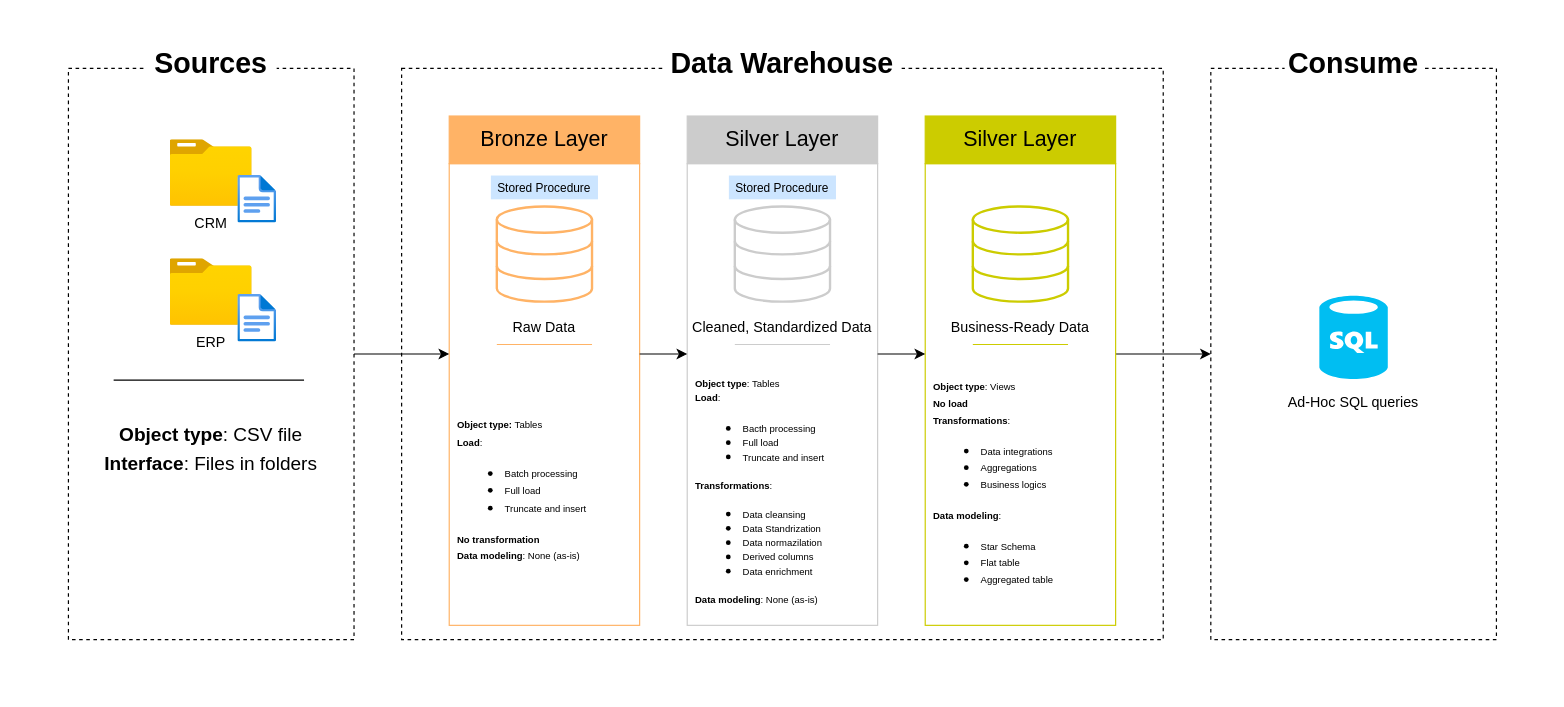
Above: docs/dwh_architecture.drawio in MatheusVenturaNellessen/dwh-bootcamp (draw.io), before the change. Source tidied: cells renumbered, new cells numbered last; positions are measured from the earlier drawing's top-left corner, leaving out a move shared by most shapes. Both pictures are drawn from the tidied source at 119%, with x=0, y=0 at pixel (20, 20).
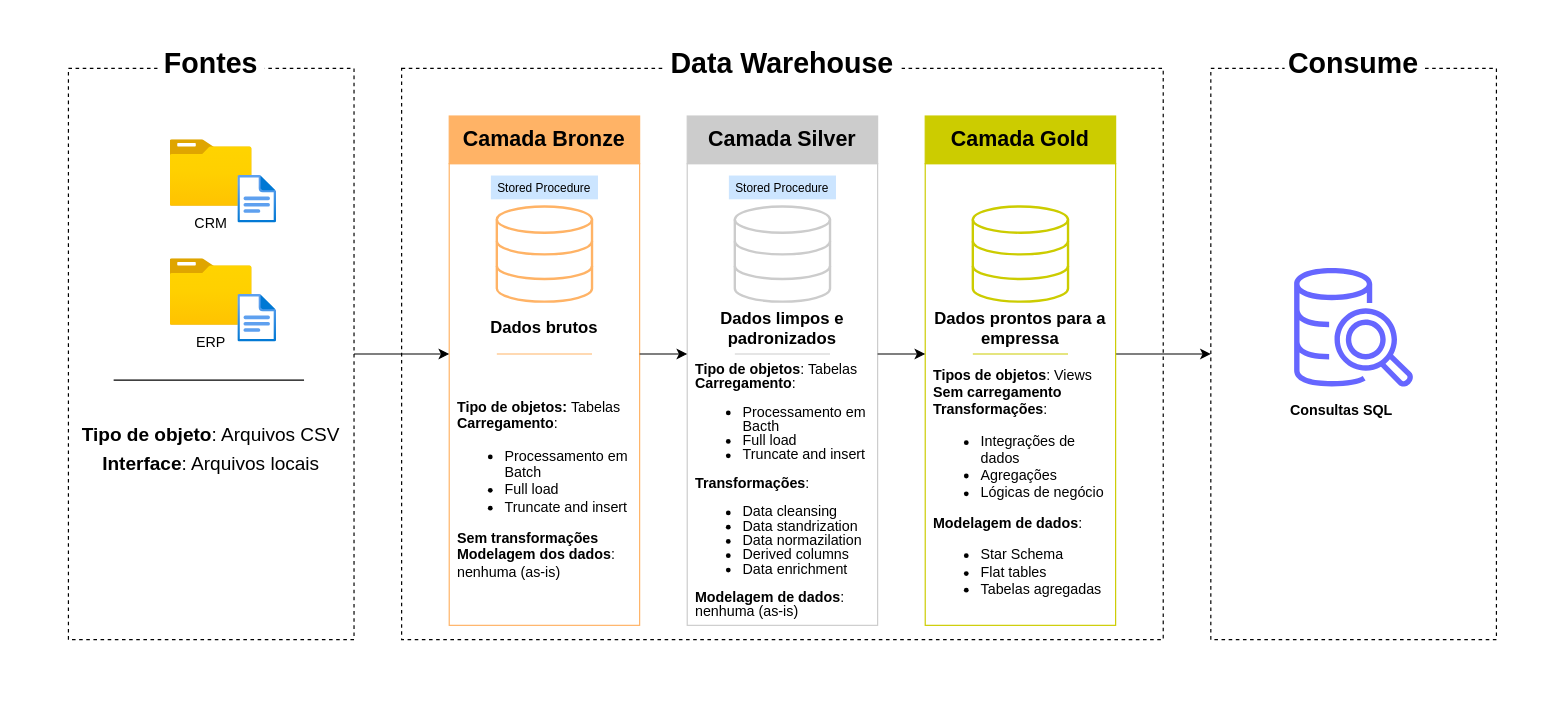
The same diagram, later.

Commit message (it also covers changes not shown here):
docs: update dwh architecture and integration model diagrams

The edit, as a diff of the source:
```diff
@@
+    <mxCell id="13" style="rounded=0;whiteSpace=wrap;html=1;fillColor=none;dashed=1;" parent="1" vertex="1">
+      <mxGeometry x="40" y="40" width="240" height="480" as="geometry" />
+    </mxCell>
@@
-    <mxCell id="8" value="&lt;div style=&quot;line-height: 150%;&quot;&gt;&lt;font style=&quot;font-size: 16px; line-height: 150%;&quot;&gt;&lt;b&gt;Object type&lt;/b&gt;: CSV file&lt;/font&gt;&lt;div&gt;&lt;font style=&quot;font-size: 16px; line-height: 150%;&quot;&gt;&lt;b&gt;Interface&lt;/b&gt;: Files in folders&lt;/font&gt;&lt;/div&gt;&lt;/div&gt;" style="text;html=1;whiteSpace=wrap;strokeColor=none;fillColor=none;align=center;verticalAlign=middle;rounded=0;" parent="1" vertex="1">
+    <mxCell id="8" value="&lt;div style=&quot;line-height: 150%;&quot;&gt;&lt;font style=&quot;font-size: 16px; line-height: 150%;&quot;&gt;&lt;b&gt;Tipo de objeto&lt;/b&gt;: Arquivos CSV&lt;/font&gt;&lt;div&gt;&lt;font style=&quot;font-size: 16px; line-height: 150%;&quot;&gt;&lt;b&gt;Interface&lt;/b&gt;: Arquivos locais&lt;/font&gt;&lt;/div&gt;&lt;/div&gt;" style="text;html=1;whiteSpace=wrap;strokeColor=none;fillColor=none;align=center;verticalAlign=middle;rounded=0;" parent="1" vertex="1">
       <mxGeometry x="40" y="320" width="240" height="80" as="geometry" />
     </mxCell>
-    <mxCell id="9" value="&lt;div style=&quot;line-height: 100%;&quot;&gt;&lt;font style=&quot;font-size: 8px;&quot;&gt;&lt;b style=&quot;&quot;&gt;Object t&lt;/b&gt;&lt;b style=&quot;background-color: transparent; color: light-dark(rgb(0, 0, 0), rgb(255, 255, 255));&quot;&gt;ype&lt;/b&gt;&lt;span style=&quot;background-color: transparent; color: light-dark(rgb(0, 0, 0), rgb(255, 255, 255));&quot;&gt;: Views&lt;/span&gt;&lt;/font&gt;&lt;div&gt;&lt;div&gt;&lt;span style=&quot;font-size: 8px; background-color: transparent; color: light-dark(rgb(0, 0, 0), rgb(255, 255, 255));&quot;&gt;&lt;b&gt;No load&lt;/b&gt;&lt;/span&gt;&lt;/div&gt;&lt;div&gt;&lt;b style=&quot;font-size: 8px; background-color: transparent; color: light-dark(rgb(0, 0, 0), rgb(255, 255, 255));&quot;&gt;Transformations&lt;/b&gt;&lt;span style=&quot;font-size: 8px; background-color: transparent; color: light-dark(rgb(0, 0, 0), rgb(255, 255, 255));&quot;&gt;:&lt;/span&gt;&lt;/div&gt;&lt;div&gt;&lt;ul&gt;&lt;li&gt;&lt;font style=&quot;font-size: 8px;&quot;&gt;Data integrations&lt;/font&gt;&lt;/li&gt;&lt;li&gt;&lt;font style=&quot;font-size: 8px;&quot;&gt;Aggregations&lt;/font&gt;&lt;/li&gt;&lt;li&gt;&lt;font style=&quot;font-size: 8px;&quot;&gt;Business logics&lt;/font&gt;&lt;/li&gt;&lt;/ul&gt;&lt;font style=&quot;font-size: 8px;&quot;&gt;&lt;b&gt;Data modeling&lt;/b&gt;:&lt;/font&gt;&lt;/div&gt;&lt;/div&gt;&lt;div&gt;&lt;ul&gt;&lt;li&gt;&lt;font style=&quot;font-size: 8px;&quot;&gt;Star Schema&lt;/font&gt;&lt;/li&gt;&lt;li&gt;&lt;font style=&quot;font-size: 8px;&quot;&gt;Flat table&lt;/font&gt;&lt;/li&gt;&lt;li&gt;&lt;font style=&quot;font-size: 8px;&quot;&gt;Aggregated table&lt;/font&gt;&lt;/li&gt;&lt;/ul&gt;&lt;/div&gt;&lt;/div&gt;" style="text;html=1;whiteSpace=wrap;strokeColor=none;fillColor=none;align=left;verticalAlign=middle;rounded=0;spacingLeft=5;" parent="1" vertex="1">
+    <mxCell id="9" value="&lt;font&gt;&lt;span style=&quot;background-color: transparent; color: light-dark(rgb(0, 0, 0), rgb(255, 255, 255));&quot;&gt;&lt;b&gt;Tipos de objetos&lt;/b&gt;: Views&lt;/span&gt;&lt;/font&gt;&lt;div&gt;&lt;div&gt;&lt;span style=&quot;background-color: transparent; color: light-dark(rgb(0, 0, 0), rgb(255, 255, 255));&quot;&gt;&lt;b&gt;&lt;font&gt;Sem carregamento&lt;/font&gt;&lt;/b&gt;&lt;/span&gt;&lt;/div&gt;&lt;div&gt;&lt;font&gt;&lt;b style=&quot;background-color: transparent; color: light-dark(rgb(0, 0, 0), rgb(255, 255, 255));&quot;&gt;Transformações&lt;/b&gt;&lt;span style=&quot;background-color: transparent; color: light-dark(rgb(0, 0, 0), rgb(255, 255, 255));&quot;&gt;:&lt;/span&gt;&lt;/font&gt;&lt;/div&gt;&lt;div&gt;&lt;ul&gt;&lt;li&gt;Integrações de dados&lt;/li&gt;&lt;li&gt;Agregações&lt;/li&gt;&lt;li&gt;Lógicas de negócio&lt;/li&gt;&lt;/ul&gt;&lt;font&gt;&lt;b&gt;Modelagem de dados&lt;/b&gt;:&lt;/font&gt;&lt;/div&gt;&lt;/div&gt;&lt;div&gt;&lt;ul&gt;&lt;li&gt;&lt;font&gt;Star Schema&lt;/font&gt;&lt;/li&gt;&lt;li&gt;&lt;font&gt;Flat tables&lt;/font&gt;&lt;/li&gt;&lt;li&gt;&lt;font&gt;Tabelas agregadas&lt;/font&gt;&lt;/li&gt;&lt;/ul&gt;&lt;/div&gt;" style="text;html=1;whiteSpace=wrap;strokeColor=none;fillColor=none;align=left;verticalAlign=middle;rounded=0;spacingLeft=5;" parent="1" vertex="1">
       <mxGeometry x="760" y="280" width="160" height="228" as="geometry" />
     </mxCell>
-    <mxCell id="10" value="&lt;div style=&quot;line-height: 100%;&quot;&gt;&lt;font style=&quot;line-height: 100%; font-size: 8px;&quot;&gt;&lt;b style=&quot;&quot;&gt;Object type&lt;/b&gt;: Tables&lt;/font&gt;&lt;div&gt;&lt;font style=&quot;font-size: 8px;&quot;&gt;&lt;b style=&quot;background-color: transparent; color: light-dark(rgb(0, 0, 0), rgb(255, 255, 255)); line-height: 100%;&quot;&gt;Load&lt;/b&gt;&lt;span style=&quot;background-color: transparent; color: light-dark(rgb(0, 0, 0), rgb(255, 255, 255)); line-height: 100%;&quot;&gt;:&lt;/span&gt;&lt;/font&gt;&lt;/div&gt;&lt;div&gt;&lt;ul&gt;&lt;li&gt;&lt;font style=&quot;line-height: 100%; font-size: 8px;&quot;&gt;Bacth processing&lt;/font&gt;&lt;/li&gt;&lt;li&gt;&lt;font style=&quot;line-height: 100%; font-size: 8px;&quot;&gt;Full load&lt;/font&gt;&lt;/li&gt;&lt;li&gt;&lt;font style=&quot;line-height: 100%; font-size: 8px;&quot;&gt;Truncate and insert&lt;/font&gt;&lt;/li&gt;&lt;/ul&gt;&lt;font style=&quot;line-height: 100%; font-size: 8px;&quot;&gt;&lt;b&gt;Transformations&lt;/b&gt;:&lt;/font&gt;&lt;/div&gt;&lt;div&gt;&lt;ul&gt;&lt;li&gt;&lt;font style=&quot;line-height: 100%; font-size: 8px;&quot;&gt;Data cleansing&lt;/font&gt;&lt;/li&gt;&lt;li&gt;&lt;font style=&quot;line-height: 100%; font-size: 8px;&quot;&gt;Data Standrization&lt;/font&gt;&lt;/li&gt;&lt;li&gt;&lt;font style=&quot;line-height: 100%; font-size: 8px;&quot;&gt;Data normazilation&lt;/font&gt;&lt;/li&gt;&lt;li&gt;&lt;font style=&quot;line-height: 100%; font-size: 8px;&quot;&gt;Derived columns&lt;/font&gt;&lt;/li&gt;&lt;li&gt;&lt;font style=&quot;line-height: 100%; font-size: 8px;&quot;&gt;Data enrichment&lt;/font&gt;&lt;/li&gt;&lt;/ul&gt;&lt;font style=&quot;line-height: 100%; font-size: 8px;&quot;&gt;&lt;b style=&quot;&quot;&gt;Data modeling&lt;/b&gt;: None (as-is)&lt;/font&gt;&lt;/div&gt;&lt;/div&gt;" style="text;html=1;whiteSpace=wrap;strokeColor=none;fillColor=none;align=left;verticalAlign=middle;rounded=0;spacingLeft=5;" parent="1" vertex="1">
+    <mxCell id="10" value="&lt;div style=&quot;line-height: 100%;&quot;&gt;&lt;font style=&quot;line-height: 100%;&quot;&gt;&lt;b style=&quot;&quot;&gt;Tipo de objetos&lt;/b&gt;: Tabelas&lt;/font&gt;&lt;div&gt;&lt;font&gt;&lt;b style=&quot;background-color: transparent; color: light-dark(rgb(0, 0, 0), rgb(255, 255, 255)); line-height: 100%;&quot;&gt;Carregamento&lt;/b&gt;&lt;span style=&quot;background-color: transparent; color: light-dark(rgb(0, 0, 0), rgb(255, 255, 255)); line-height: 100%;&quot;&gt;:&lt;/span&gt;&lt;/font&gt;&lt;/div&gt;&lt;div&gt;&lt;ul&gt;&lt;li&gt;&lt;font style=&quot;line-height: 100%;&quot;&gt;Processamento em Bacth&lt;/font&gt;&lt;/li&gt;&lt;li&gt;&lt;font style=&quot;line-height: 100%;&quot;&gt;Full load&lt;/font&gt;&lt;/li&gt;&lt;li&gt;&lt;font style=&quot;line-height: 100%;&quot;&gt;Truncate and insert&lt;/font&gt;&lt;/li&gt;&lt;/ul&gt;&lt;font style=&quot;line-height: 100%;&quot;&gt;&lt;b&gt;Transformações&lt;/b&gt;:&lt;/font&gt;&lt;/div&gt;&lt;div&gt;&lt;ul&gt;&lt;li&gt;&lt;font style=&quot;line-height: 100%;&quot;&gt;Data cleansing&lt;/font&gt;&lt;/li&gt;&lt;li&gt;&lt;font style=&quot;line-height: 100%;&quot;&gt;Data standrization&lt;/font&gt;&lt;/li&gt;&lt;li&gt;&lt;font style=&quot;line-height: 100%;&quot;&gt;Data normazilation&lt;/font&gt;&lt;/li&gt;&lt;li&gt;&lt;font style=&quot;line-height: 100%;&quot;&gt;Derived columns&lt;/font&gt;&lt;/li&gt;&lt;li&gt;&lt;font style=&quot;line-height: 100%;&quot;&gt;Data enrichment&lt;/font&gt;&lt;/li&gt;&lt;/ul&gt;&lt;font style=&quot;line-height: 100%;&quot;&gt;&lt;b style=&quot;&quot;&gt;Modelagem de dados&lt;/b&gt;: nenhuma (as-is)&lt;/font&gt;&lt;/div&gt;&lt;/div&gt;" style="text;html=1;whiteSpace=wrap;strokeColor=none;fillColor=none;align=left;verticalAlign=middle;rounded=0;spacingLeft=5;" parent="1" vertex="1">
       <mxGeometry x="560" y="280" width="160" height="228" as="geometry" />
     </mxCell>
-    <mxCell id="11" value="&lt;font style=&quot;font-size: 8px;&quot;&gt;&lt;b style=&quot;&quot;&gt;Object type: &lt;/b&gt;Tables&lt;/font&gt;&lt;div&gt;&lt;div&gt;&lt;font style=&quot;font-size: 8px;&quot;&gt;&lt;b&gt;Load&lt;/b&gt;:&lt;/font&gt;&lt;/div&gt;&lt;div&gt;&lt;ul&gt;&lt;li&gt;&lt;font style=&quot;font-size: 8px;&quot;&gt;Batch processing&lt;/font&gt;&lt;/li&gt;&lt;li&gt;&lt;font style=&quot;font-size: 8px;&quot;&gt;Full load&lt;/font&gt;&lt;/li&gt;&lt;li&gt;&lt;font style=&quot;font-size: 8px;&quot;&gt;Truncate and insert&lt;/font&gt;&lt;/li&gt;&lt;/ul&gt;&lt;font style=&quot;font-size: 8px;&quot;&gt;&lt;b&gt;No transformation&lt;/b&gt;&lt;/font&gt;&lt;/div&gt;&lt;div&gt;&lt;b style=&quot;font-size: 8px; background-color: transparent; color: light-dark(rgb(0, 0, 0), rgb(255, 255, 255));&quot;&gt;Data modeling&lt;/b&gt;&lt;span style=&quot;font-size: 8px; background-color: transparent; color: light-dark(rgb(0, 0, 0), rgb(255, 255, 255));&quot;&gt;: None (as-is)&lt;/span&gt;&lt;/div&gt;&lt;/div&gt;" style="text;html=1;whiteSpace=wrap;strokeColor=none;fillColor=none;align=left;verticalAlign=middle;rounded=0;spacingLeft=5;" parent="1" vertex="1">
+    <mxCell id="11" value="&lt;font&gt;&lt;b style=&quot;&quot;&gt;Tipo de objetos: &lt;/b&gt;Tabelas&lt;/font&gt;&lt;div&gt;&lt;span style=&quot;background-color: transparent; color: light-dark(rgb(0, 0, 0), rgb(255, 255, 255));&quot;&gt;&lt;font&gt;&lt;b&gt;Carregamento&lt;/b&gt;:&lt;/font&gt;&lt;/span&gt;&lt;/div&gt;&lt;ul&gt;&lt;li&gt;&lt;span style=&quot;background-color: transparent; color: light-dark(rgb(0, 0, 0), rgb(255, 255, 255));&quot;&gt;&lt;font&gt;Processamento em Batch&lt;/font&gt;&lt;/span&gt;&lt;/li&gt;&lt;li&gt;&lt;span style=&quot;background-color: transparent; color: light-dark(rgb(0, 0, 0), rgb(255, 255, 255));&quot;&gt;&lt;font&gt;Full load&lt;/font&gt;&lt;/span&gt;&lt;/li&gt;&lt;li&gt;&lt;span style=&quot;background-color: transparent; color: light-dark(rgb(0, 0, 0), rgb(255, 255, 255));&quot;&gt;&lt;font&gt;Truncate and insert&lt;/font&gt;&lt;/span&gt;&lt;/li&gt;&lt;/ul&gt;&lt;div&gt;&lt;div&gt;&lt;div&gt;&lt;font&gt;&lt;b&gt;Sem transformações&lt;/b&gt;&lt;/font&gt;&lt;/div&gt;&lt;div&gt;&lt;font&gt;&lt;b style=&quot;background-color: transparent; color: light-dark(rgb(0, 0, 0), rgb(255, 255, 255));&quot;&gt;Modelagem dos dados&lt;/b&gt;&lt;span style=&quot;background-color: transparent; color: light-dark(rgb(0, 0, 0), rgb(255, 255, 255));&quot;&gt;: nenhuma (as-is)&lt;/span&gt;&lt;/font&gt;&lt;/div&gt;&lt;/div&gt;&lt;/div&gt;" style="text;html=1;whiteSpace=wrap;strokeColor=none;fillColor=none;align=left;verticalAlign=middle;rounded=0;spacingLeft=5;" parent="1" vertex="1">
       <mxGeometry x="360" y="280" width="160" height="228" as="geometry" />
     </mxCell>
@@
-    <mxCell id="13" style="rounded=0;whiteSpace=wrap;html=1;fillColor=none;dashed=1;" parent="1" vertex="1">
-      <mxGeometry x="40" y="40" width="240" height="480" as="geometry" />
-    </mxCell>
-    <mxCell id="14" value="&lt;font style=&quot;font-size: 24px;&quot;&gt;&lt;b&gt;Sources&lt;/b&gt;&lt;/font&gt;" style="text;html=1;whiteSpace=wrap;strokeColor=none;fillColor=default;align=center;verticalAlign=middle;rounded=0;" parent="1" vertex="1">
-      <mxGeometry x="105" y="21" width="110" height="30" as="geometry" />
+    <mxCell id="14" value="&lt;font style=&quot;font-size: 24px;&quot;&gt;&lt;b&gt;Fontes&lt;/b&gt;&lt;/font&gt;" style="text;html=1;whiteSpace=wrap;strokeColor=none;fillColor=default;align=center;verticalAlign=middle;rounded=0;" parent="1" vertex="1">
+      <mxGeometry x="115" y="21" width="90" height="30" as="geometry" />
     </mxCell>
@@
-    <mxCell id="23" value="&lt;font style=&quot;font-size: 18px;&quot;&gt;Bronze Layer&lt;/font&gt;" style="text;html=1;whiteSpace=wrap;strokeColor=#FFB366;fillColor=#FFB366;align=center;verticalAlign=middle;rounded=0;gradientColor=none;" parent="1" vertex="1">
+    <mxCell id="23" value="&lt;font style=&quot;font-size: 18px;&quot;&gt;&lt;b&gt;Camada Bronze&lt;/b&gt;&lt;/font&gt;" style="text;html=1;whiteSpace=wrap;strokeColor=#FFB366;fillColor=#FFB366;align=center;verticalAlign=middle;rounded=0;gradientColor=none;" parent="1" vertex="1">
       <mxGeometry x="360" y="80" width="160" height="40" as="geometry" />
     </mxCell>
@@
     <mxCell id="26" style="endArrow=none;html=1;rounded=0;strokeColor=#FFB366;" parent="1" edge="1">
       <mxGeometry relative="1" as="geometry">
-        <mxPoint x="400" y="272" as="sourcePoint" />
-        <mxPoint x="480" y="272" as="targetPoint" />
+        <mxPoint x="400" y="280" as="sourcePoint" />
+        <mxPoint x="480" y="280" as="targetPoint" />
       </mxGeometry>
     </mxCell>
-    <mxCell id="27" value="Raw Data" style="text;html=1;whiteSpace=wrap;strokeColor=none;fillColor=none;align=center;verticalAlign=middle;rounded=0;" parent="1" vertex="1">
+    <mxCell id="27" value="&lt;b&gt;&lt;font style=&quot;font-size: 14px;&quot;&gt;Dados brutos&lt;/font&gt;&lt;/b&gt;" style="text;html=1;whiteSpace=wrap;strokeColor=none;fillColor=none;align=center;verticalAlign=middle;rounded=0;" parent="1" vertex="1">
       <mxGeometry x="360" y="250" width="160" height="15" as="geometry" />
     </mxCell>
-    <mxCell id="28" value="&lt;font style=&quot;font-size: 18px;&quot;&gt;Silver Layer&lt;/font&gt;" style="text;html=1;whiteSpace=wrap;strokeColor=#CCCCCC;fillColor=#CCCCCC;align=center;verticalAlign=middle;rounded=0;gradientColor=none;" parent="1" vertex="1">
+    <mxCell id="28" value="&lt;font style=&quot;font-size: 18px;&quot;&gt;&lt;b&gt;Camada Silver&lt;/b&gt;&lt;/font&gt;" style="text;html=1;whiteSpace=wrap;strokeColor=#CCCCCC;fillColor=#CCCCCC;align=center;verticalAlign=middle;rounded=0;gradientColor=none;" parent="1" vertex="1">
       <mxGeometry x="560" y="80" width="160" height="40" as="geometry" />
     </mxCell>
@@
-    <mxCell id="31" value="Cleaned, Standardized Data" style="text;html=1;whiteSpace=wrap;strokeColor=none;fillColor=none;align=center;verticalAlign=middle;rounded=0;" parent="1" vertex="1">
+    <mxCell id="31" value="&lt;font style=&quot;font-size: 14px;&quot;&gt;&lt;b&gt;Dados limpos e padronizados&lt;/b&gt;&lt;/font&gt;" style="text;html=1;whiteSpace=wrap;strokeColor=none;fillColor=none;align=center;verticalAlign=middle;rounded=0;" parent="1" vertex="1">
       <mxGeometry x="560" y="250" width="160" height="15" as="geometry" />
     </mxCell>
     <mxCell id="32" style="endArrow=none;html=1;rounded=0;strokeColor=light-dark(#CCCCCC,#CCCCCC);" parent="1" edge="1">
       <mxGeometry relative="1" as="geometry">
-        <mxPoint x="600" y="272" as="sourcePoint" />
-        <mxPoint x="680" y="272" as="targetPoint" />
+        <mxPoint x="600" y="280" as="sourcePoint" />
+        <mxPoint x="680" y="280" as="targetPoint" />
       </mxGeometry>
     </mxCell>
-    <mxCell id="33" value="&lt;font style=&quot;font-size: 18px;&quot;&gt;Silver Layer&lt;/font&gt;" style="text;html=1;whiteSpace=wrap;strokeColor=#CCCC00;fillColor=#CCCC00;align=center;verticalAlign=middle;rounded=0;gradientColor=none;" parent="1" vertex="1">
+    <mxCell id="33" value="&lt;font style=&quot;font-size: 18px;&quot;&gt;&lt;b&gt;Camada Gold&lt;/b&gt;&lt;/font&gt;" style="text;html=1;whiteSpace=wrap;strokeColor=#CCCC00;fillColor=#CCCC00;align=center;verticalAlign=middle;rounded=0;gradientColor=none;" parent="1" vertex="1">
       <mxGeometry x="760" y="80" width="160" height="40" as="geometry" />
     </mxCell>
@@
     <mxCell id="35" style="endArrow=none;html=1;rounded=0;strokeColor=light-dark(#CCCC00,#CCCCCC);" parent="1" edge="1">
       <mxGeometry relative="1" as="geometry">
-        <mxPoint x="800" y="272" as="sourcePoint" />
-        <mxPoint x="880" y="272" as="targetPoint" />
+        <mxPoint x="800" y="280" as="sourcePoint" />
+        <mxPoint x="880" y="280" as="targetPoint" />
       </mxGeometry>
     </mxCell>
-    <mxCell id="36" value="Business-Ready Data" style="text;html=1;whiteSpace=wrap;strokeColor=none;fillColor=none;align=center;verticalAlign=middle;rounded=0;" parent="1" vertex="1">
+    <mxCell id="36" value="&lt;font style=&quot;font-size: 14px;&quot;&gt;&lt;b&gt;Dados prontos para a empressa&lt;/b&gt;&lt;/font&gt;" style="text;html=1;whiteSpace=wrap;strokeColor=none;fillColor=none;align=center;verticalAlign=middle;rounded=0;" parent="1" vertex="1">
       <mxGeometry x="760" y="250" width="160" height="15" as="geometry" />
     </mxCell>
@@
-    <mxCell id="39" value="Ad-Hoc SQL queries" style="text;html=1;whiteSpace=wrap;strokeColor=none;fillColor=none;align=center;verticalAlign=middle;rounded=0;" parent="1" vertex="1">
-      <mxGeometry x="1040" y="301" width="160" height="40" as="geometry" />
+    <mxCell id="39" value="&lt;b&gt;Consultas SQL&lt;/b&gt;" style="text;html=1;whiteSpace=wrap;strokeColor=none;fillColor=none;align=center;verticalAlign=middle;rounded=0;" parent="1" vertex="1">
+      <mxGeometry x="1030" y="307.5" width="160" height="40" as="geometry" />
     </mxCell>
-    <mxCell id="40" style="verticalLabelPosition=bottom;html=1;verticalAlign=top;align=center;strokeColor=none;fillColor=#00BEF2;shape=mxgraph.azure.sql_database;" parent="1" vertex="1">
-      <mxGeometry x="1091.2" y="231" width="57.5" height="70" as="geometry" />
-    </mxCell>
@@
+    <mxCell id="43" style="sketch=0;fontColor=#232F3E;gradientColor=none;fillColor=#6666FF;strokeColor=none;dashed=0;verticalLabelPosition=bottom;verticalAlign=top;align=center;html=1;fontSize=12;fontStyle=0;shape=mxgraph.aws4.redshift_query_editor_v20_light;" parent="1" vertex="1">
+      <mxGeometry x="1070" y="207.5" width="100" height="100" as="geometry" />
+    </mxCell>
```
